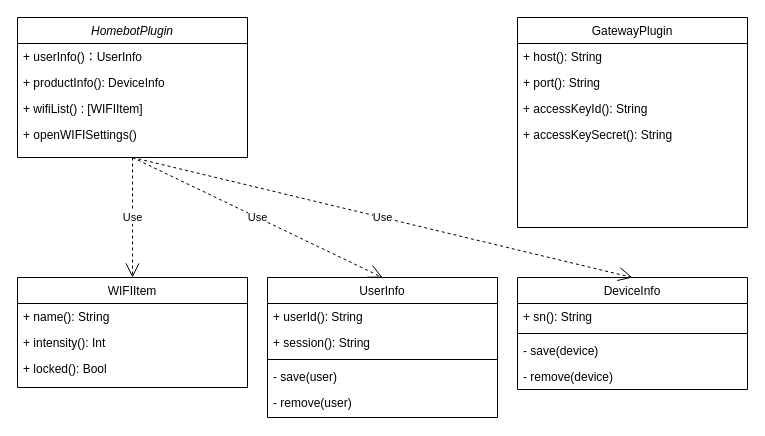
dev-dylan/draw.io keeps this draw.io diagram as 未命名绘图.drawio. Above is the earlier version. Source tidied: cells renumbered, new cells numbered last; positions are measured from the earlier drawing's top-left corner, leaving out a move shared by most shapes. Both pictures are drawn from the tidied source at 100%, with x=0, y=0 at pixel (17, 17).
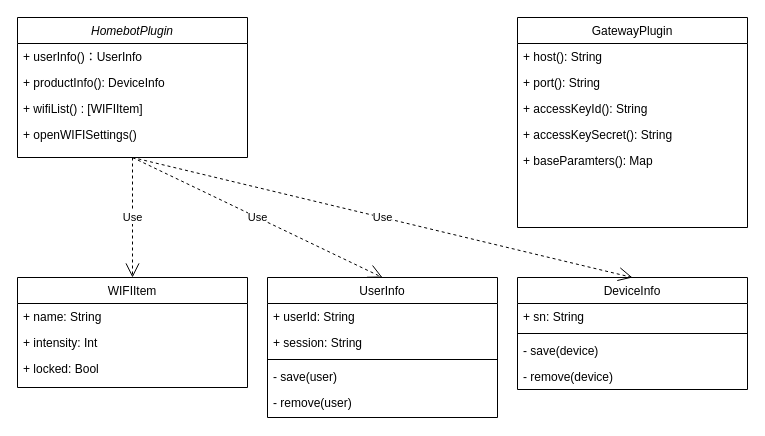
The same page after the edit.

Commit message:
更新未命名绘图.drawio

Unchanged cells that the change refers to:
```xml
<mxCell id="7" value="GatewayPlugin" style="swimlane;fontStyle=0;align=center;verticalAlign=top;horizontal=1;startSize=26;rounded=0;shadow=0;strokeWidth=1;" parent="1" vertex="1">
  <mxGeometry x="500" width="230" height="210" as="geometry" />
</mxCell>
<mxCell id="12" value="DeviceInfo" style="swimlane;fontStyle=0;align=center;verticalAlign=top;horizontal=1;startSize=26;rounded=0;shadow=0;strokeWidth=1;" parent="1" vertex="1">
  <mxGeometry x="500" y="260" width="230" height="112" as="geometry" />
</mxCell>
<mxCell id="18" value="UserInfo" style="swimlane;fontStyle=0;align=center;verticalAlign=top;horizontal=1;startSize=26;rounded=0;shadow=0;strokeWidth=1;" parent="1" vertex="1">
  <mxGeometry x="250" y="260" width="230" height="140" as="geometry" />
</mxCell>
<mxCell id="25" value="WIFIItem" style="swimlane;fontStyle=0;align=center;verticalAlign=top;horizontal=1;startSize=26;rounded=0;shadow=0;strokeWidth=1;" parent="1" vertex="1">
  <mxGeometry y="260" width="230" height="110" as="geometry" />
</mxCell>
```

Change to the diagram source:
```diff
@@
+    <mxCell id="30" value="+ baseParamters(): Map" style="text;align=left;verticalAlign=top;spacingLeft=4;spacingRight=4;overflow=hidden;rounded=0;shadow=0;html=0;" parent="7" vertex="1">
+      <mxGeometry y="130" width="230" height="26" as="geometry" />
+    </mxCell>
@@
-    <mxCell id="13" value="+ sn(): String" style="text;align=left;verticalAlign=top;spacingLeft=4;spacingRight=4;overflow=hidden;" parent="12" vertex="1">
+    <mxCell id="13" value="+ sn: String" style="text;align=left;verticalAlign=top;spacingLeft=4;spacingRight=4;overflow=hidden;" parent="12" vertex="1">
       <mxGeometry y="26" width="230" height="26" as="geometry" />
     </mxCell>
@@
-    <mxCell id="19" value="+ userId(): String" style="text;align=left;verticalAlign=top;spacingLeft=4;spacingRight=4;overflow=hidden;" parent="18" vertex="1">
+    <mxCell id="19" value="+ userId: String" style="text;align=left;verticalAlign=top;spacingLeft=4;spacingRight=4;overflow=hidden;" parent="18" vertex="1">
       <mxGeometry y="26" width="230" height="26" as="geometry" />
     </mxCell>
-    <mxCell id="20" value="+ session(): String" style="text;align=left;verticalAlign=top;spacingLeft=4;spacingRight=4;overflow=hidden;rounded=0;shadow=0;html=0;" parent="18" vertex="1">
+    <mxCell id="20" value="+ session: String" style="text;align=left;verticalAlign=top;spacingLeft=4;spacingRight=4;overflow=hidden;rounded=0;shadow=0;html=0;" parent="18" vertex="1">
       <mxGeometry y="52" width="230" height="26" as="geometry" />
     </mxCell>
@@
-    <mxCell id="26" value="+ name(): String" style="text;align=left;verticalAlign=top;spacingLeft=4;spacingRight=4;overflow=hidden;" parent="25" vertex="1">
+    <mxCell id="26" value="+ name: String" style="text;align=left;verticalAlign=top;spacingLeft=4;spacingRight=4;overflow=hidden;" parent="25" vertex="1">
       <mxGeometry y="26" width="230" height="26" as="geometry" />
     </mxCell>
-    <mxCell id="27" value="+ intensity(): Int" style="text;align=left;verticalAlign=top;spacingLeft=4;spacingRight=4;overflow=hidden;rounded=0;shadow=0;html=0;" parent="25" vertex="1">
+    <mxCell id="27" value="+ intensity: Int" style="text;align=left;verticalAlign=top;spacingLeft=4;spacingRight=4;overflow=hidden;rounded=0;shadow=0;html=0;" parent="25" vertex="1">
       <mxGeometry y="52" width="230" height="26" as="geometry" />
     </mxCell>
-    <mxCell id="28" value="+ locked(): Bool" style="text;align=left;verticalAlign=top;spacingLeft=4;spacingRight=4;overflow=hidden;rounded=0;shadow=0;html=0;" parent="25" vertex="1">
+    <mxCell id="28" value="+ locked: Bool" style="text;align=left;verticalAlign=top;spacingLeft=4;spacingRight=4;overflow=hidden;rounded=0;shadow=0;html=0;" parent="25" vertex="1">
       <mxGeometry y="78" width="230" height="26" as="geometry" />
     </mxCell>
```
